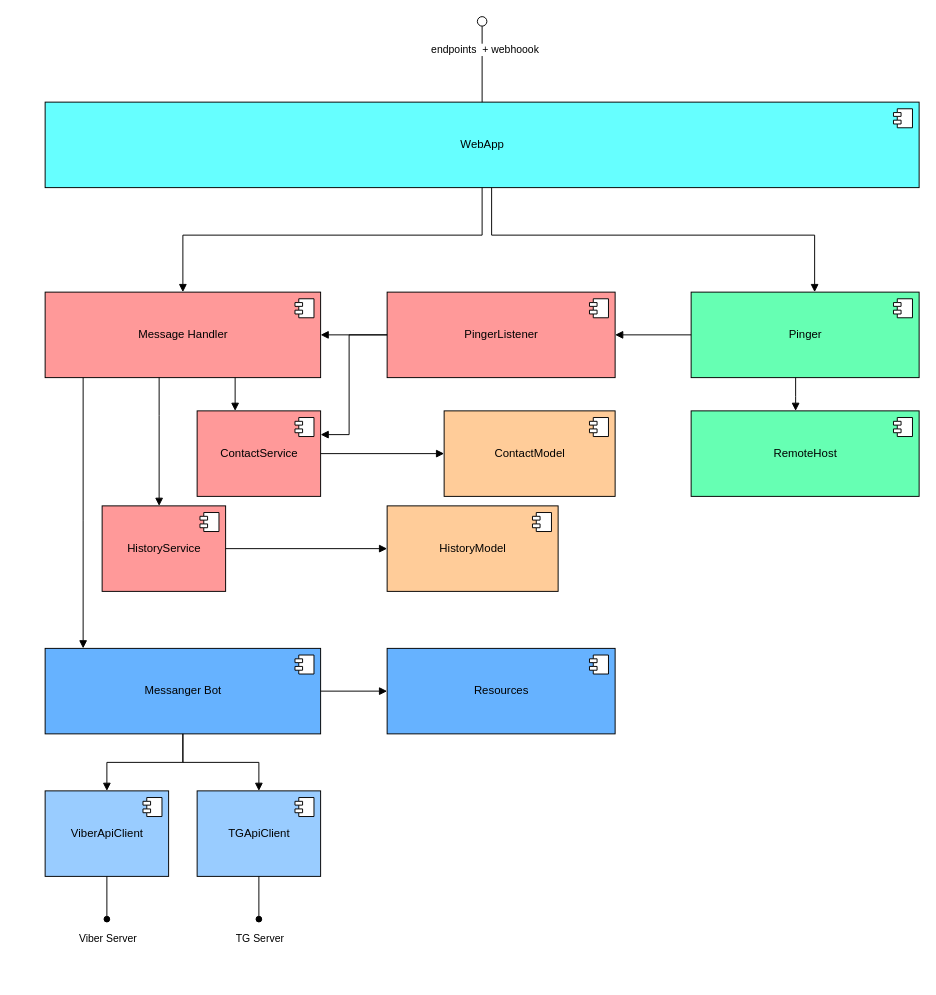
Before: doc/Pinger.drawio.xml in dbradul/pinger, a draw.io diagram. Source tidied: cells renumbered, new cells numbered last; positions are measured from the earlier drawing's top-left corner, leaving out a move shared by most shapes. Both pictures are drawn from the tidied source at 95%, with x=0, y=0 at pixel (45, 16).
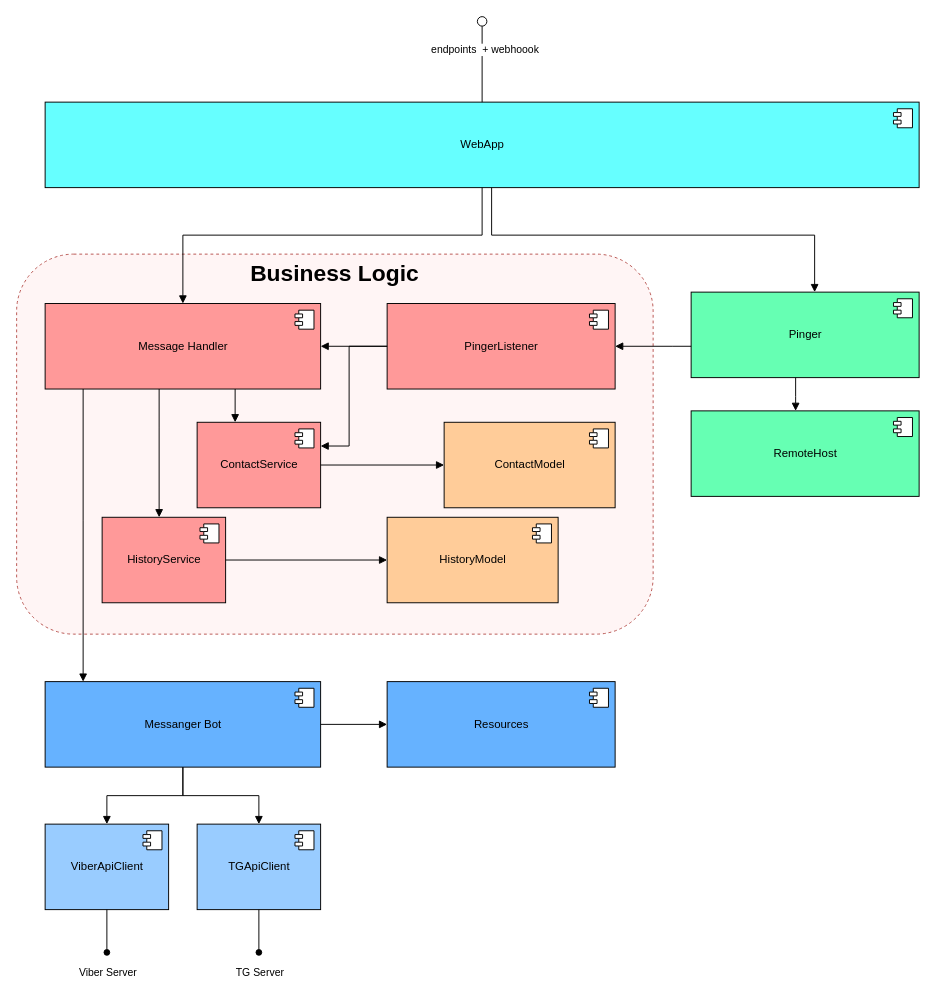
Above is the later version.

The change refers to these unchanged cells:
```xml
<mxCell id="27" value="Pinger" style="html=1;fillColor=#66FFB3;" parent="1" vertex="1">
  <mxGeometry x="680" y="290" width="240" height="90" as="geometry" />
</mxCell>
```

What changed in the source:
```diff
@@
+    <mxCell id="49" value="Business Logic" style="whiteSpace=wrap;html=1;fillColor=#FFF5F5;strokeColor=#b85450;gradientColor=none;fillStyle=auto;rounded=1;dashed=1;fontStyle=1;fontSize=24;verticalAlign=top;" parent="1" vertex="1">
+      <mxGeometry x="-30" y="250" width="670" height="400" as="geometry" />
+    </mxCell>
     <mxCell id="2" value="Messanger Bot" style="html=1;fillColor=#66B2FF;" parent="1" vertex="1">
-      <mxGeometry y="665" width="290" height="90" as="geometry" />
+      <mxGeometry y="700" width="290" height="90" as="geometry" />
     </mxCell>
@@
     <mxCell id="4" value="Resources" style="html=1;fillColor=#66B2FF;" parent="1" vertex="1">
-      <mxGeometry x="360" y="665" width="240" height="90" as="geometry" />
+      <mxGeometry x="360" y="700" width="240" height="90" as="geometry" />
     </mxCell>
@@
     <mxCell id="6" value="ViberApiClient" style="html=1;fillColor=#99CCFF;" parent="1" vertex="1">
-      <mxGeometry y="815" width="130" height="90" as="geometry" />
+      <mxGeometry y="850" width="130" height="90" as="geometry" />
     </mxCell>
@@
     <mxCell id="8" value="TGApiClient" style="html=1;fillColor=#99CCFF;" parent="1" vertex="1">
-      <mxGeometry x="160" y="815" width="130" height="90" as="geometry" />
+      <mxGeometry x="160" y="850" width="130" height="90" as="geometry" />
     </mxCell>
@@
     <mxCell id="13" value="HistoryService" style="html=1;fillColor=#FF9999;" parent="1" vertex="1">
-      <mxGeometry x="60" y="515" width="130" height="90" as="geometry" />
+      <mxGeometry x="60" y="527" width="130" height="90" as="geometry" />
     </mxCell>
@@
     <mxCell id="15" value="ContactService" style="html=1;fillColor=#FF9999;" parent="1" vertex="1">
-      <mxGeometry x="160" y="415" width="130" height="90" as="geometry" />
+      <mxGeometry x="160" y="427" width="130" height="90" as="geometry" />
     </mxCell>
@@
     <mxCell id="17" value="Message Handler" style="html=1;fillColor=#FF9999;" parent="1" vertex="1">
-      <mxGeometry y="290" width="290" height="90" as="geometry" />
+      <mxGeometry y="302" width="290" height="90" as="geometry" />
     </mxCell>
@@
     <mxCell id="19" value="HistoryModel" style="html=1;fillColor=#FFCC99;" parent="1" vertex="1">
-      <mxGeometry x="360" y="515" width="180" height="90" as="geometry" />
+      <mxGeometry x="360" y="527" width="180" height="90" as="geometry" />
     </mxCell>
@@
     <mxCell id="21" value="ContactModel" style="html=1;fillColor=#FFCC99;" parent="1" vertex="1">
-      <mxGeometry x="420" y="415" width="180" height="90" as="geometry" />
+      <mxGeometry x="420" y="427" width="180" height="90" as="geometry" />
     </mxCell>
@@
     <mxCell id="25" style="endArrow=block;endFill=1;html=1;edgeStyle=orthogonalEdgeStyle;align=left;verticalAlign=top;rounded=0;" parent="1" edge="1" source="17" target="13">
       <mxGeometry x="-0.31" y="20" relative="1" as="geometry">
         <Array as="points">
-          <mxPoint x="120" y="420" />
-          <mxPoint x="120" y="420" />
+          <mxPoint x="120" y="432" />
+          <mxPoint x="120" y="432" />
         </Array>
       </mxGeometry>
     </mxCell>
     <mxCell id="26" style="endArrow=block;endFill=1;html=1;edgeStyle=orthogonalEdgeStyle;align=left;verticalAlign=top;rounded=0;" parent="1" edge="1" source="17" target="15">
       <mxGeometry x="-0.31" y="20" relative="1" as="geometry">
         <Array as="points">
-          <mxPoint x="200" y="410" />
-          <mxPoint x="200" y="410" />
+          <mxPoint x="200" y="422" />
+          <mxPoint x="200" y="422" />
         </Array>
       </mxGeometry>
     </mxCell>
@@
     <mxCell id="36" value="PingerListener" style="html=1;fillColor=#FF9999;" parent="1" vertex="1">
-      <mxGeometry x="360" y="290" width="240" height="90" as="geometry" />
+      <mxGeometry x="360" y="302" width="240" height="90" as="geometry" />
     </mxCell>
@@
     <mxCell id="38" style="endArrow=block;endFill=1;html=1;edgeStyle=orthogonalEdgeStyle;align=left;verticalAlign=top;rounded=0;" parent="1" edge="1" source="27" target="36">
-      <mxGeometry x="-0.31" y="20" relative="1" as="geometry" />
+      <mxGeometry x="-0.31" y="20" relative="1" as="geometry">
+        <Array as="points">
+          <mxPoint x="660" y="347" />
+          <mxPoint x="660" y="347" />
+        </Array>
+      </mxGeometry>
     </mxCell>
@@
     <mxCell id="40" style="endArrow=block;endFill=1;html=1;edgeStyle=orthogonalEdgeStyle;align=left;verticalAlign=top;rounded=0;" parent="1" edge="1" source="36" target="15">
       <mxGeometry x="-0.31" y="20" relative="1" as="geometry">
         <Array as="points">
-          <mxPoint x="320" y="335" />
-          <mxPoint x="320" y="440" />
+          <mxPoint x="320" y="347" />
+          <mxPoint x="320" y="452" />
         </Array>
       </mxGeometry>
     </mxCell>
@@
     <mxCell id="45" style="rounded=0;jettySize=auto;html=1;endArrow=oval;endFill=1;sketch=0;sourcePerimeterSpacing=0;targetPerimeterSpacing=0;" parent="1" edge="1" source="6">
       <mxGeometry relative="1" as="geometry">
-        <mxPoint x="65" y="950" as="targetPoint" />
+        <mxPoint x="65" y="985" as="targetPoint" />
       </mxGeometry>
     </mxCell>
@@
     <mxCell id="47" style="rounded=0;jettySize=auto;html=1;endArrow=oval;endFill=1;sketch=0;sourcePerimeterSpacing=0;targetPerimeterSpacing=0;" parent="1" edge="1" source="8">
       <mxGeometry relative="1" as="geometry">
-        <mxPoint x="225" y="950" as="targetPoint" />
+        <mxPoint x="225" y="985" as="targetPoint" />
       </mxGeometry>
     </mxCell>
```
